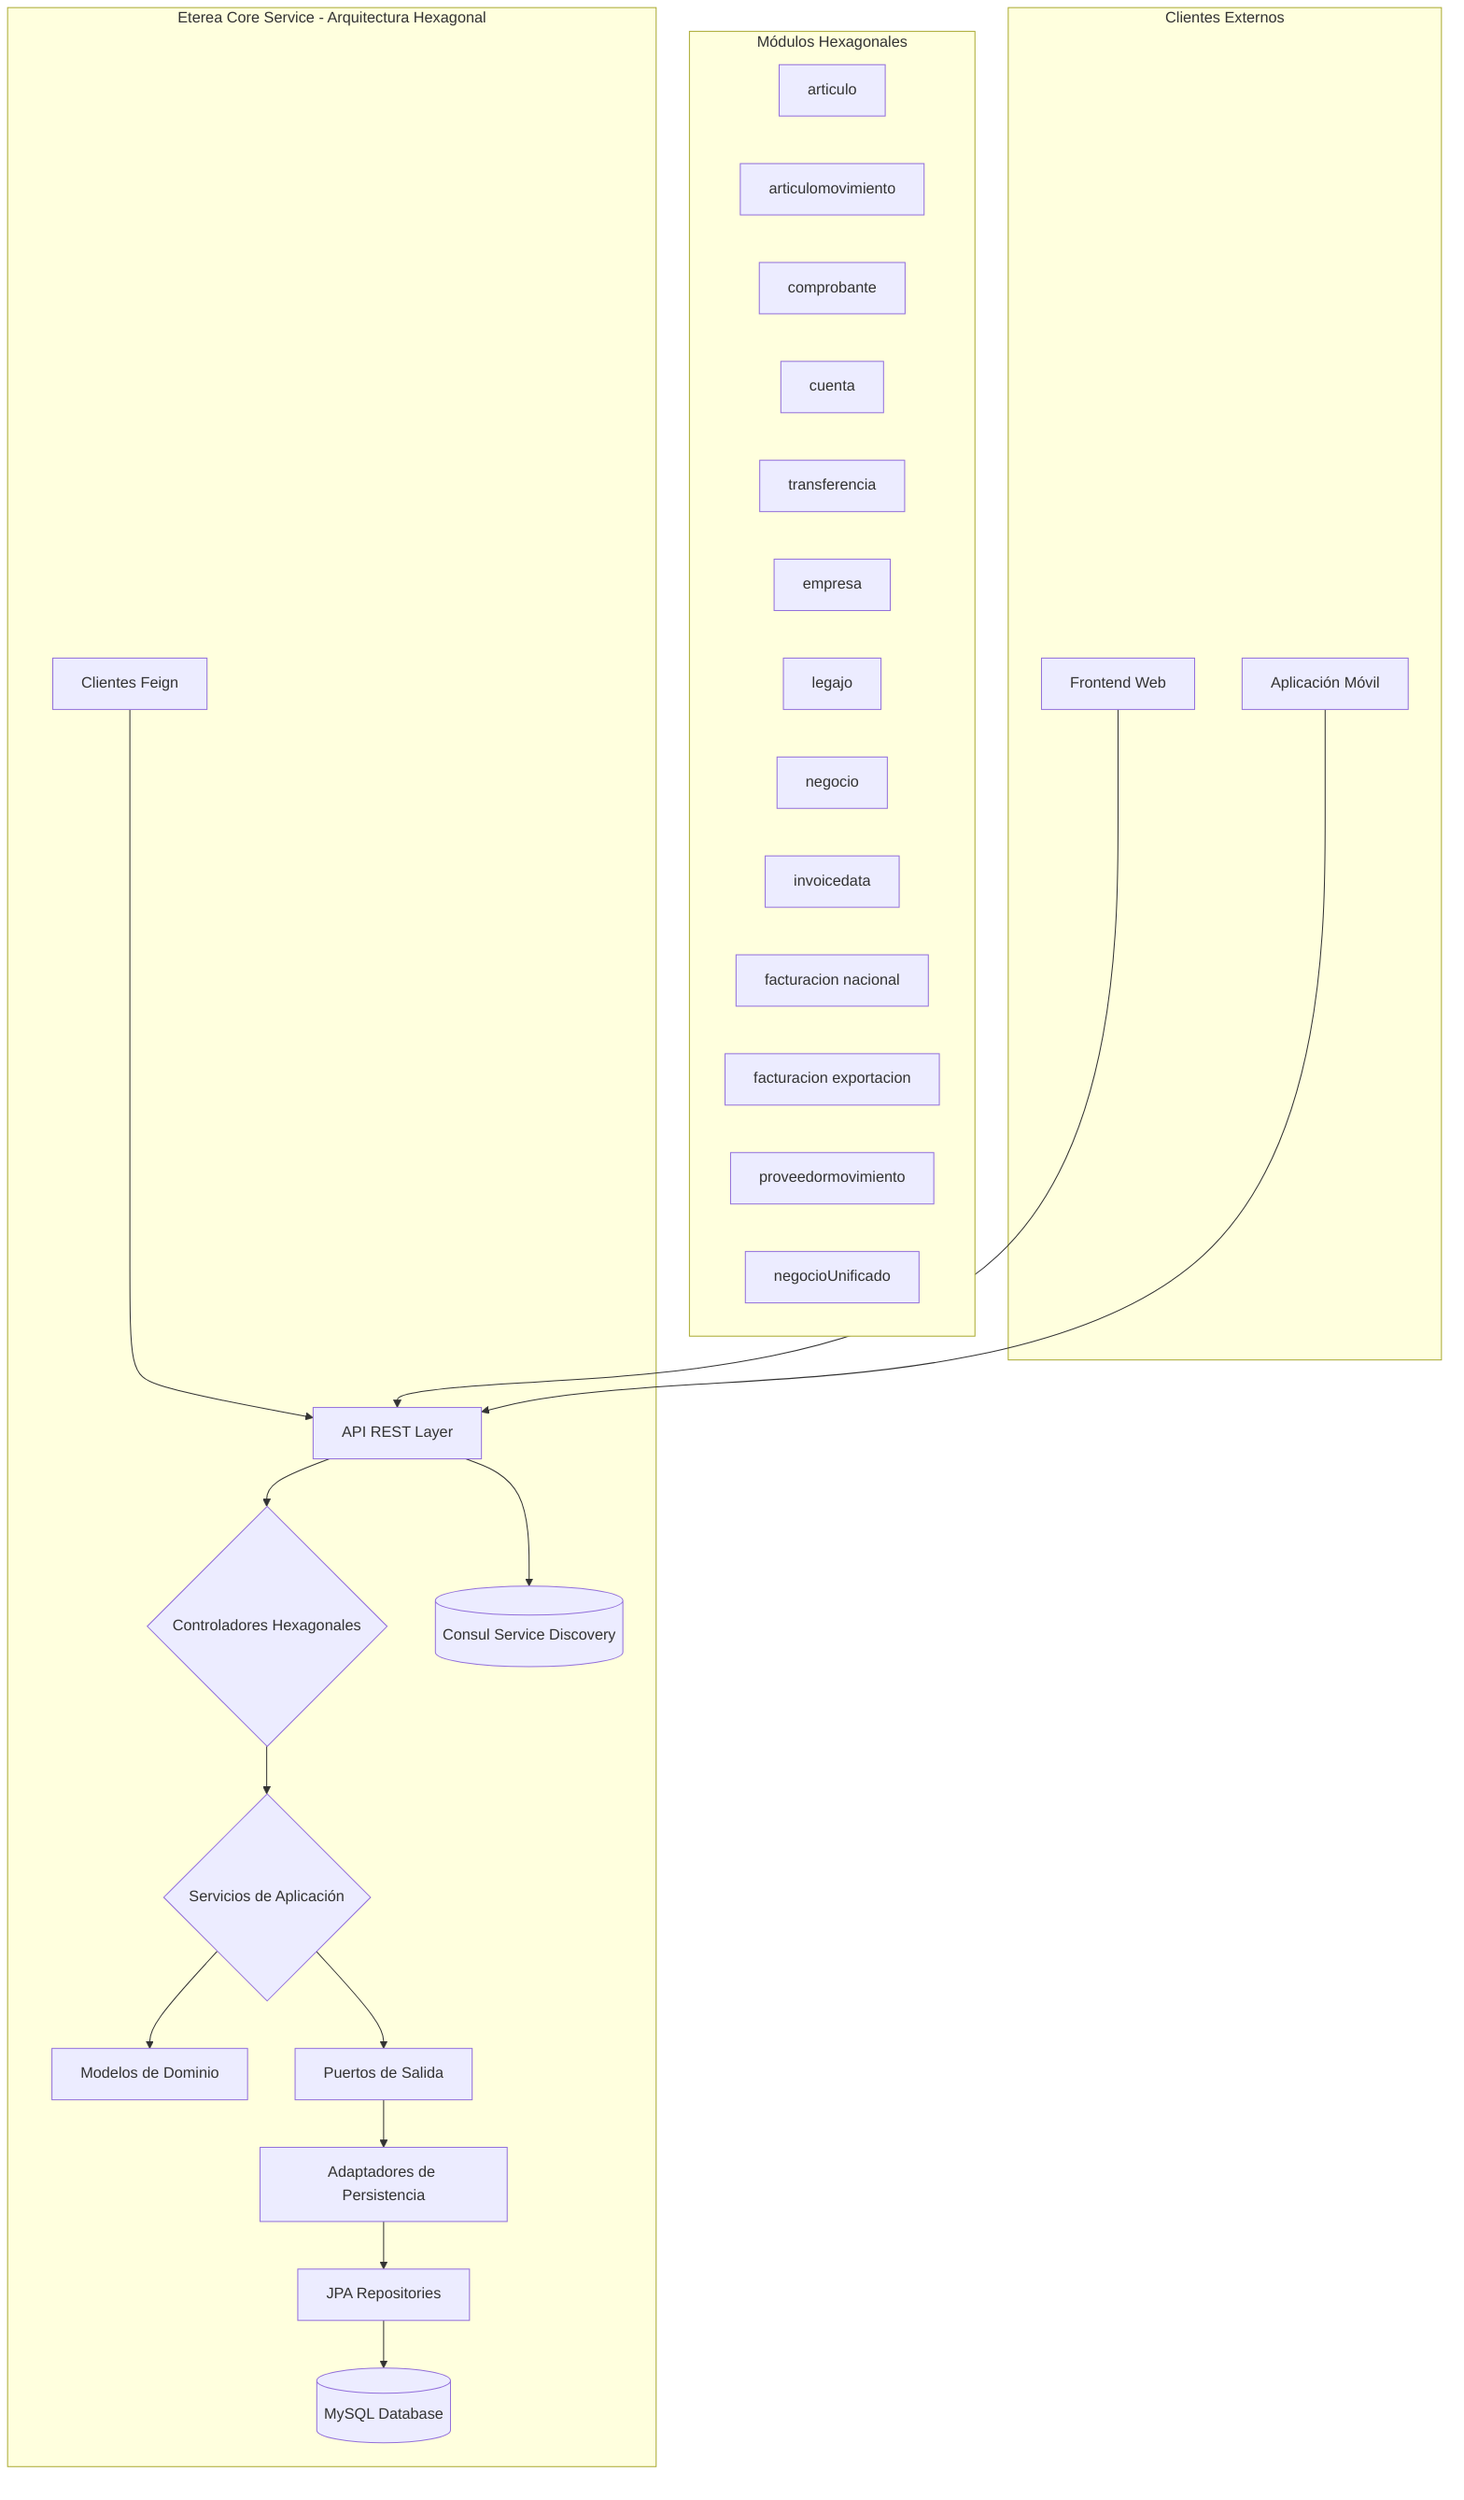
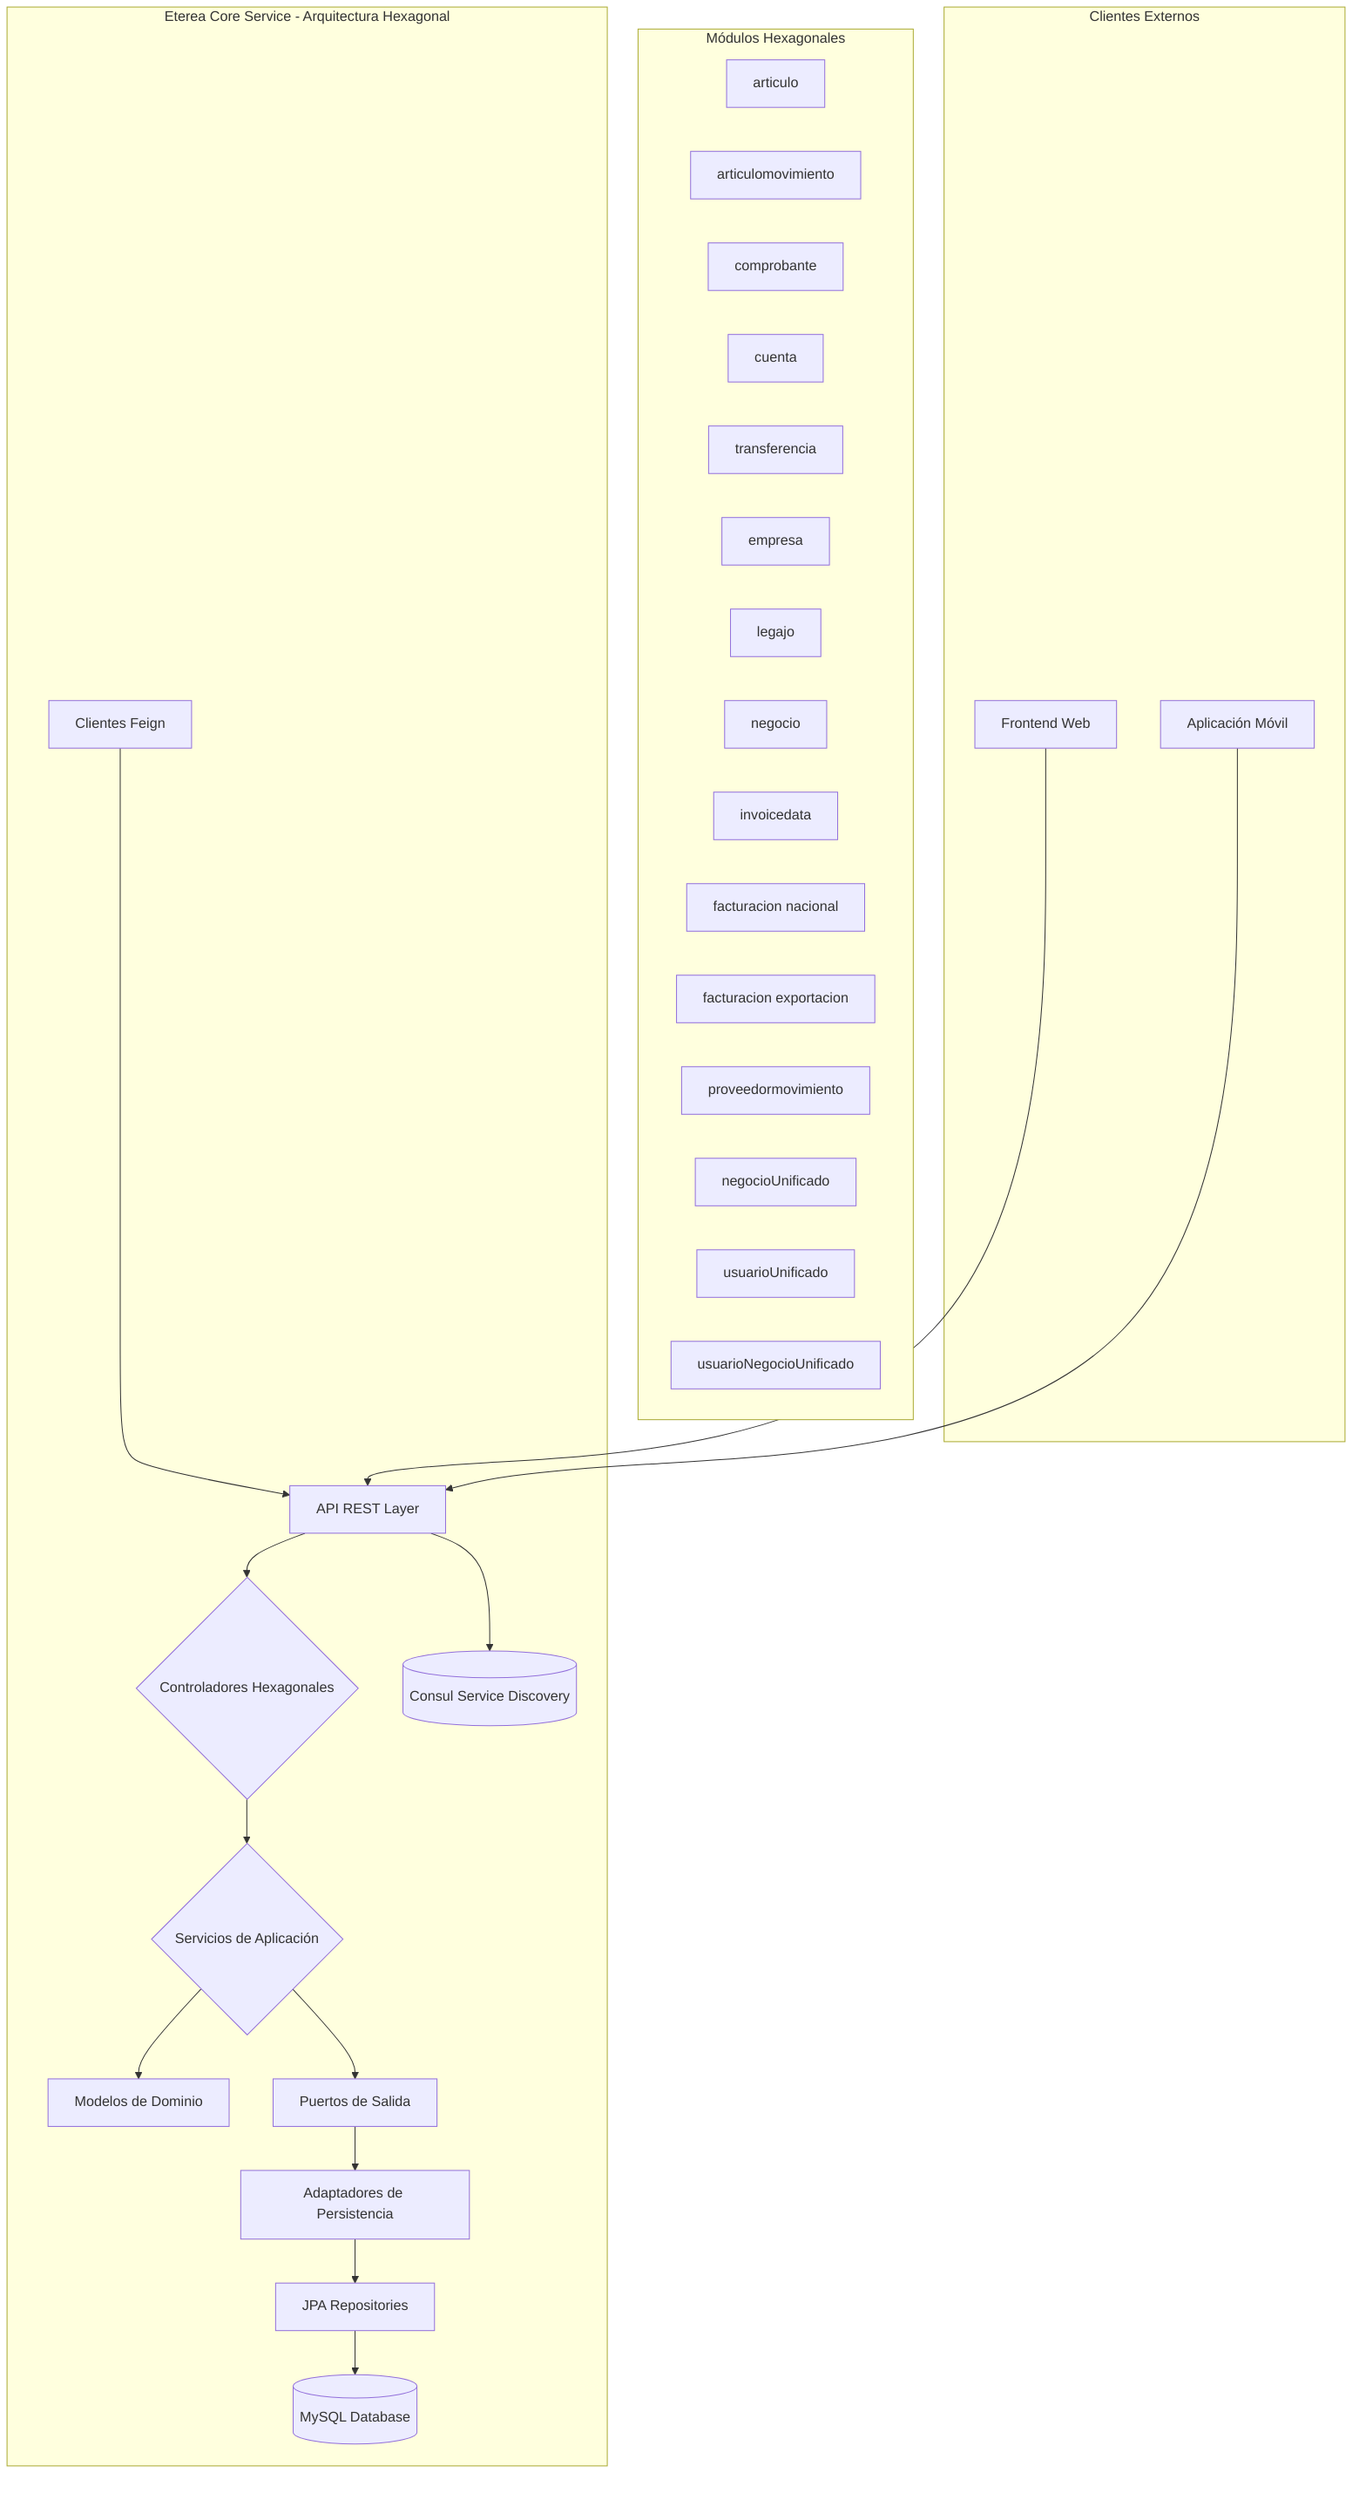
graph TD
    subgraph "Eterea Core Service - Arquitectura Hexagonal"
        API[API REST Layer] --> HEX{Controladores Hexagonales};
        HEX --> APP{Servicios de Aplicación};
        APP --> DOM[Modelos de Dominio];
        APP --> PORTS[Puertos de Salida];
        PORTS --> ADAPT[Adaptadores de Persistencia];
        ADAPT --> JPA[JPA Repositories];
        JPA --> DB[(MySQL Database)];
        API --> CONSUL[(Consul Service Discovery)];
        F[Clientes Feign] --> API;
    end

    subgraph "Módulos Hexagonales"
        ART[articulo]
        AM[articulomovimiento]
        COMP[comprobante]
        CTA[cuenta]
        TRF[transferencia]
        EMP[empresa]
        LEG[legajo]
        NEG[negocio]
        INV[invoicedata]
        FN[facturacion nacional]
        FE[facturacion exportacion]
        PM[proveedormovimiento]
        NU[negocioUnificado]
+         USU[usuarioUnificado]
+         USN[usuarioNegocioUnificado]
    end

    subgraph "Clientes Externos"
        WEB[Frontend Web] --> API;
        MOB[Aplicación Móvil] --> API;
    end
